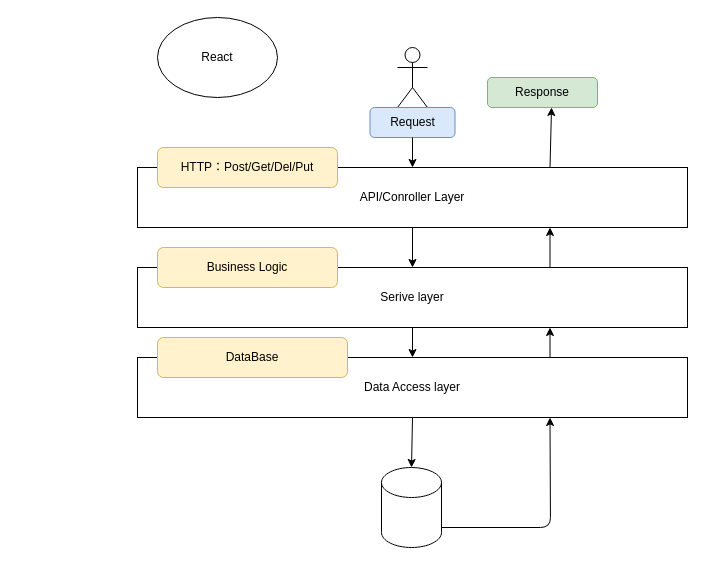
Earlier version of the draw.io diagram Untitled Diagram.drawio (Acrosscity/Lee). Source tidied: cells renumbered, new cells numbered last; positions are measured from the earlier drawing's top-left corner, leaving out a move shared by most shapes. Both pictures are drawn from the tidied source at 100%, with x=0, y=0 at pixel (137, 17).
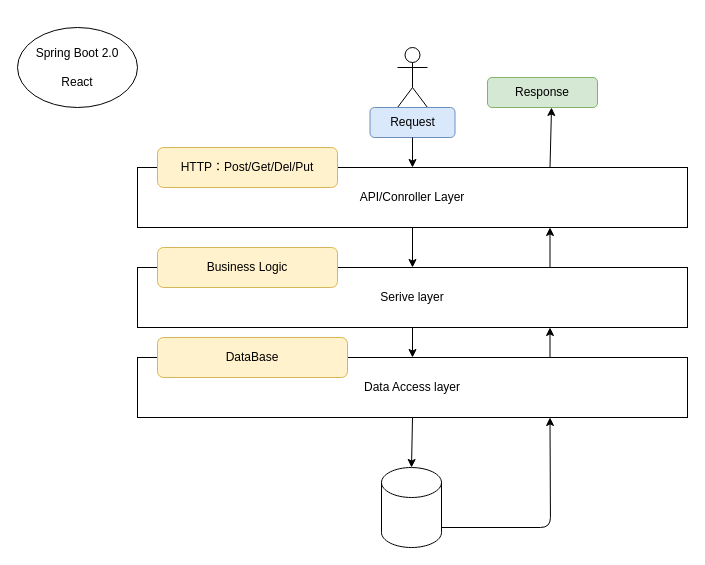
Above is the later version.

Change to the diagram source:
```diff
@@
-    <mxCell id="6" value="React" style="ellipse;whiteSpace=wrap;html=1;" parent="1" vertex="1">
-      <mxGeometry x="20" width="120" height="80" as="geometry" />
+    <mxCell id="6" value="Spring Boot 2.0&lt;br&gt;&lt;br&gt;React" style="ellipse;whiteSpace=wrap;html=1;" parent="1" vertex="1">
+      <mxGeometry x="-120" y="10" width="120" height="80" as="geometry" />
     </mxCell>
```
